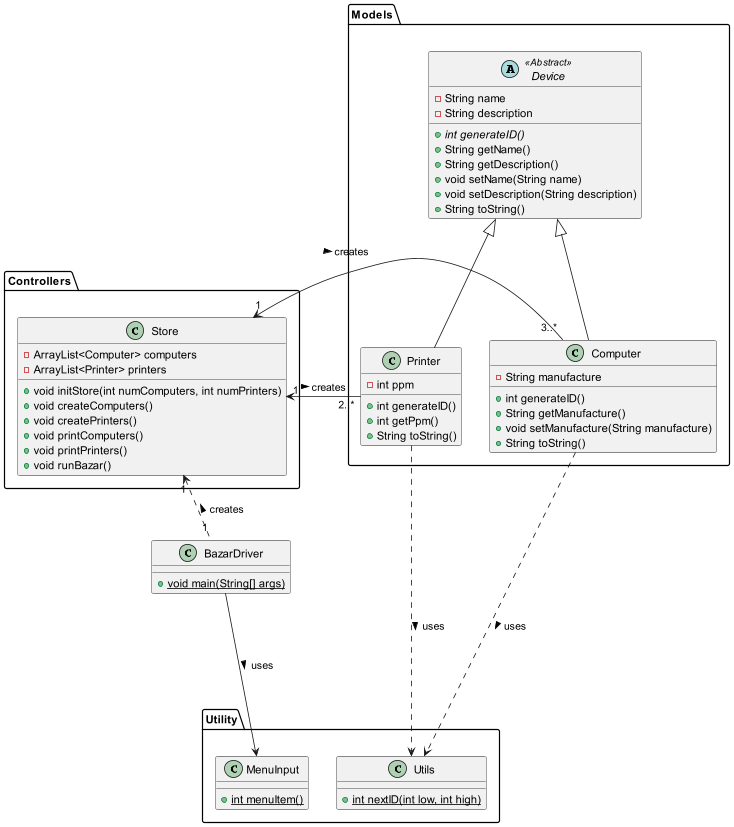
jenul-ferdinand/digital-bazaar keeps this PlantUML diagram as Docs/UML Diagram.png. Above is the earlier version.
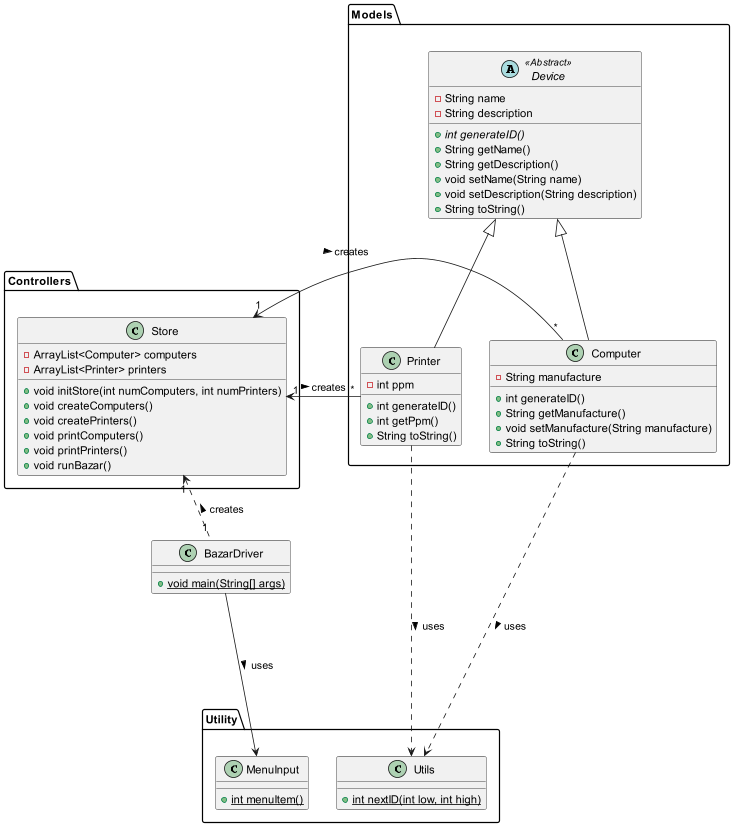
The same file after the commit.

The edit, as a diff of the source:
```diff
@@ -61,8 +61,8 @@
 Printer -u-|> Device
 Computer -u-|> Device
 
-Printer "2..*" -r-> "1" Store : creates <
-Computer "3..*" -l-> "1" Store : creates <
+Printer "*" -r-> "1" Store : creates <
+Computer "*" -l-> "1" Store : creates <
 
 Printer ...> Utils : uses >
 Computer ...>  Utils : uses >
```
